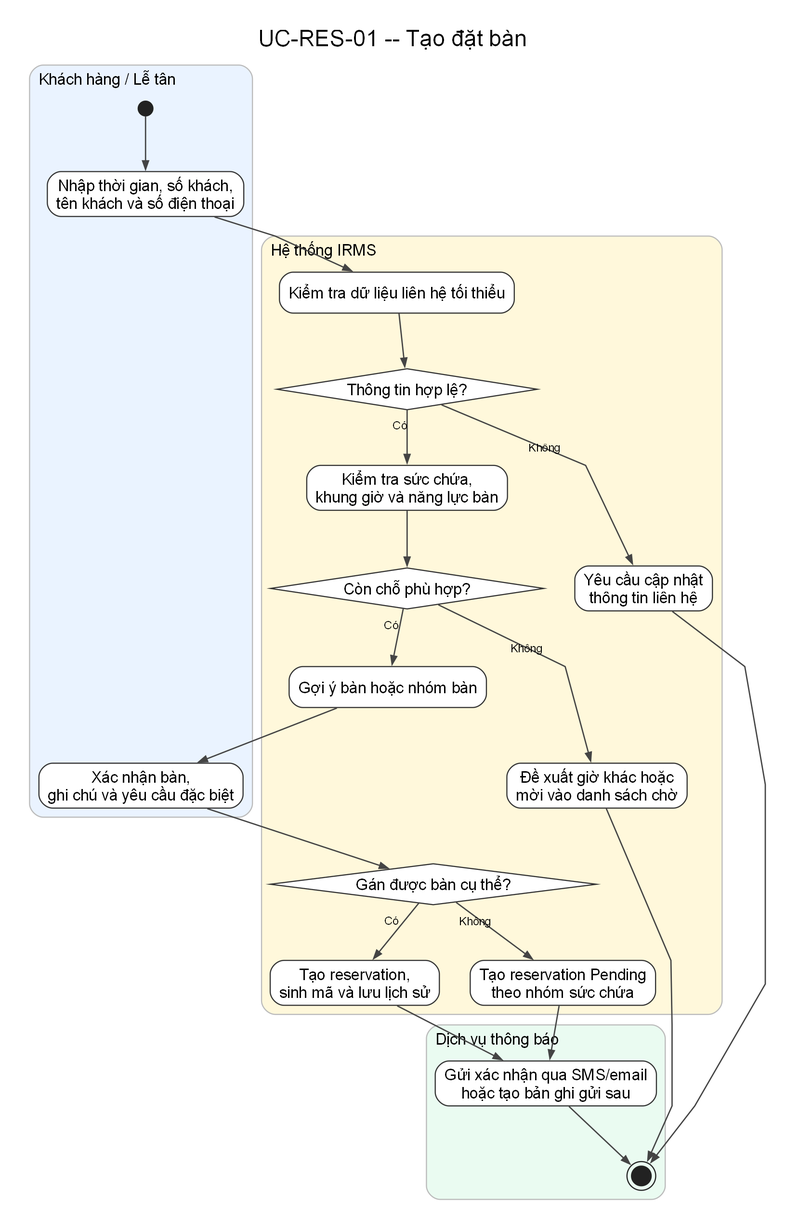
The Graphviz diagram assets/diagrams/rendered/activity/uc-res-01-create-reservation.png in lehoangluan1/SA_IRMS, before a commit. Its source is kept beside it as assets/diagrams/source/activity/uc-res-01-create-reservation.dot. Its diagram source:
```dot
digraph G {
  charset="UTF-8";
  graph [rankdir=TB, newrank=true, splines=polyline, nodesep=0.38, ranksep=0.68, pad=0.25, dpi=170, bgcolor="white", fontname="Arial"];
  node [fontname="Arial"];
  edge [fontname="Arial", fontsize=10, color="#444444", penwidth=1.15, arrowsize=0.75];
  labelloc="t"; labeljust="c"; fontsize=20; fontname="Arial"; label="UC-RES-01 -- Tạo đặt bàn";

  subgraph cluster_l1 {
    style="rounded,filled"; fillcolor="#EAF3FF"; color="#BBBBBB"; penwidth=1.0;
    label="Khách hàng / Lễ tân"; fontsize=14; labelloc="t"; labeljust="l";
    n0 [shape=circle, label="", width=0.18, height=0.18, fixedsize=true, style=filled, fillcolor="#222222", color="#222222"];
    n1 [label="Nhập thời gian, số khách,\ntên khách và số điện thoại", shape=rect, style="rounded,filled", fillcolor="white", color="#333333"];
    n7 [label="Xác nhận bàn,\nghi chú và yêu cầu đặc biệt", shape=rect, style="rounded,filled", fillcolor="white", color="#333333"];
  }

  subgraph cluster_l2 {
    style="rounded,filled"; fillcolor="#FFF8DB"; color="#BBBBBB"; penwidth=1.0;
    label="Hệ thống IRMS"; fontsize=14; labelloc="t"; labeljust="l";
    n2 [label="Kiểm tra dữ liệu liên hệ tối thiểu", shape=rect, style="rounded,filled", fillcolor="white", color="#333333"];
    n3 [label="Thông tin hợp lệ?", shape=diamond, style="filled", fillcolor="white", color="#333333"];
    n4 [label="Kiểm tra sức chứa,\nkhung giờ và năng lực bàn", shape=rect, style="rounded,filled", fillcolor="white", color="#333333"];
    n5 [label="Còn chỗ phù hợp?", shape=diamond, style="filled", fillcolor="white", color="#333333"];
    n6 [label="Gợi ý bàn hoặc nhóm bàn", shape=rect, style="rounded,filled", fillcolor="white", color="#333333"];
    n8 [label="Gán được bàn cụ thể?", shape=diamond, style="filled", fillcolor="white", color="#333333"];
    n9 [label="Tạo reservation,\nsinh mã và lưu lịch sử", shape=rect, style="rounded,filled", fillcolor="white", color="#333333"];
    n10 [label="Tạo reservation Pending\ntheo nhóm sức chứa", shape=rect, style="rounded,filled", fillcolor="white", color="#333333"];
    n11 [label="Yêu cầu cập nhật\nthông tin liên hệ", shape=rect, style="rounded,filled", fillcolor="white", color="#333333"];
    n12 [label="Đề xuất giờ khác hoặc\nmời vào danh sách chờ", shape=rect, style="rounded,filled", fillcolor="white", color="#333333"];
  }

  subgraph cluster_l3 {
    style="rounded,filled"; fillcolor="#EAFBF1"; color="#BBBBBB"; penwidth=1.0;
    label="Dịch vụ thông báo"; fontsize=14; labelloc="t"; labeljust="l";
    n13 [label="Gửi xác nhận qua SMS/email\nhoặc tạo bản ghi gửi sau", shape=rect, style="rounded,filled", fillcolor="white", color="#333333"];
    n14 [shape=doublecircle, label="", width=0.24, height=0.24, fixedsize=true, style=filled, fillcolor="#222222", color="#222222"];
  }

  n0 -> n1;
  n1 -> n2;
  n2 -> n3;
  n3 -> n4 [xlabel="Có"];
  n3 -> n11 [xlabel="Không"];
  n4 -> n5;
  n5 -> n6 [xlabel="Có"];
  n5 -> n12 [xlabel="Không"];
  n6 -> n7;
  n7 -> n8;
  n8 -> n9 [xlabel="Có"];
  n8 -> n10 [xlabel="Không"];
  n9 -> n13;
  n10 -> n13;
  n11 -> n14;
  n12 -> n14;
  n13 -> n14;
}
```
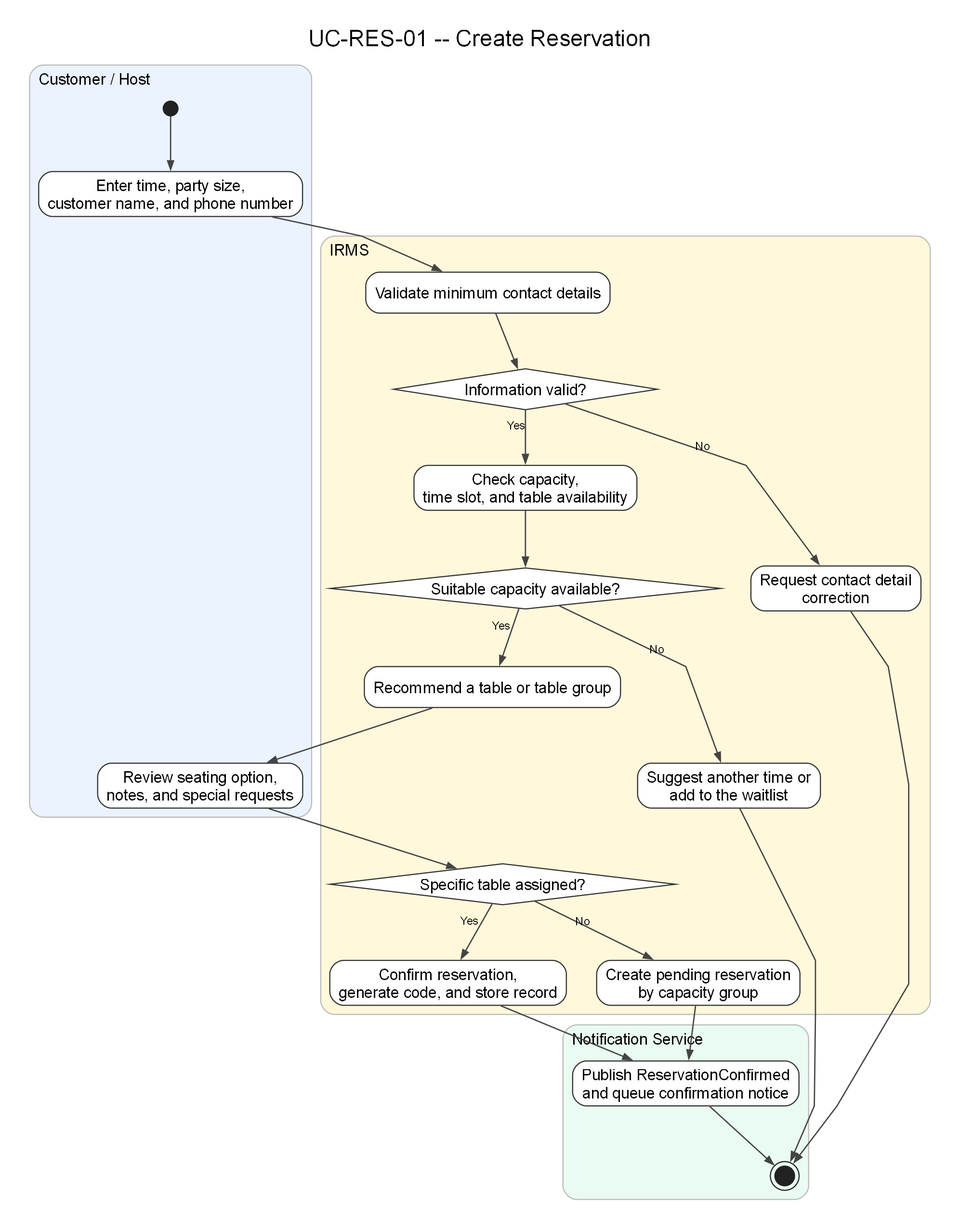
After the commit.

Diff of the diagram source:
```diff
@@ -3,50 +3,50 @@
   graph [rankdir=TB, newrank=true, splines=polyline, nodesep=0.38, ranksep=0.68, pad=0.25, dpi=170, bgcolor="white", fontname="Arial"];
   node [fontname="Arial"];
   edge [fontname="Arial", fontsize=10, color="#444444", penwidth=1.15, arrowsize=0.75];
-  labelloc="t"; labeljust="c"; fontsize=20; fontname="Arial"; label="UC-RES-01 -- Tạo đặt bàn";
+  labelloc="t"; labeljust="c"; fontsize=20; fontname="Arial"; label="UC-RES-01 -- Create Reservation";
 
   subgraph cluster_l1 {
     style="rounded,filled"; fillcolor="#EAF3FF"; color="#BBBBBB"; penwidth=1.0;
-    label="Khách hàng / Lễ tân"; fontsize=14; labelloc="t"; labeljust="l";
+    label="Customer / Host"; fontsize=14; labelloc="t"; labeljust="l";
     n0 [shape=circle, label="", width=0.18, height=0.18, fixedsize=true, style=filled, fillcolor="#222222", color="#222222"];
-    n1 [label="Nhập thời gian, số khách,\ntên khách và số điện thoại", shape=rect, style="rounded,filled", fillcolor="white", color="#333333"];
-    n7 [label="Xác nhận bàn,\nghi chú và yêu cầu đặc biệt", shape=rect, style="rounded,filled", fillcolor="white", color="#333333"];
+    n1 [label="Enter time, party size,\ncustomer name, and phone number", shape=rect, style="rounded,filled", fillcolor="white", color="#333333"];
+    n7 [label="Review seating option,\nnotes, and special requests", shape=rect, style="rounded,filled", fillcolor="white", color="#333333"];
   }
 
   subgraph cluster_l2 {
     style="rounded,filled"; fillcolor="#FFF8DB"; color="#BBBBBB"; penwidth=1.0;
-    label="Hệ thống IRMS"; fontsize=14; labelloc="t"; labeljust="l";
-    n2 [label="Kiểm tra dữ liệu liên hệ tối thiểu", shape=rect, style="rounded,filled", fillcolor="white", color="#333333"];
-    n3 [label="Thông tin hợp lệ?", shape=diamond, style="filled", fillcolor="white", color="#333333"];
-    n4 [label="Kiểm tra sức chứa,\nkhung giờ và năng lực bàn", shape=rect, style="rounded,filled", fillcolor="white", color="#333333"];
-    n5 [label="Còn chỗ phù hợp?", shape=diamond, style="filled", fillcolor="white", color="#333333"];
-    n6 [label="Gợi ý bàn hoặc nhóm bàn", shape=rect, style="rounded,filled", fillcolor="white", color="#333333"];
-    n8 [label="Gán được bàn cụ thể?", shape=diamond, style="filled", fillcolor="white", color="#333333"];
-    n9 [label="Tạo reservation,\nsinh mã và lưu lịch sử", shape=rect, style="rounded,filled", fillcolor="white", color="#333333"];
-    n10 [label="Tạo reservation Pending\ntheo nhóm sức chứa", shape=rect, style="rounded,filled", fillcolor="white", color="#333333"];
-    n11 [label="Yêu cầu cập nhật\nthông tin liên hệ", shape=rect, style="rounded,filled", fillcolor="white", color="#333333"];
-    n12 [label="Đề xuất giờ khác hoặc\nmời vào danh sách chờ", shape=rect, style="rounded,filled", fillcolor="white", color="#333333"];
+    label="IRMS"; fontsize=14; labelloc="t"; labeljust="l";
+    n2 [label="Validate minimum contact details", shape=rect, style="rounded,filled", fillcolor="white", color="#333333"];
+    n3 [label="Information valid?", shape=diamond, style="filled", fillcolor="white", color="#333333"];
+    n4 [label="Check capacity,\ntime slot, and table availability", shape=rect, style="rounded,filled", fillcolor="white", color="#333333"];
+    n5 [label="Suitable capacity available?", shape=diamond, style="filled", fillcolor="white", color="#333333"];
+    n6 [label="Recommend a table or table group", shape=rect, style="rounded,filled", fillcolor="white", color="#333333"];
+    n8 [label="Specific table assigned?", shape=diamond, style="filled", fillcolor="white", color="#333333"];
+    n9 [label="Confirm reservation,\ngenerate code, and store record", shape=rect, style="rounded,filled", fillcolor="white", color="#333333"];
+    n10 [label="Create pending reservation\nby capacity group", shape=rect, style="rounded,filled", fillcolor="white", color="#333333"];
+    n11 [label="Request contact detail\ncorrection", shape=rect, style="rounded,filled", fillcolor="white", color="#333333"];
+    n12 [label="Suggest another time or\nadd to the waitlist", shape=rect, style="rounded,filled", fillcolor="white", color="#333333"];
   }
 
   subgraph cluster_l3 {
     style="rounded,filled"; fillcolor="#EAFBF1"; color="#BBBBBB"; penwidth=1.0;
-    label="Dịch vụ thông báo"; fontsize=14; labelloc="t"; labeljust="l";
-    n13 [label="Gửi xác nhận qua SMS/email\nhoặc tạo bản ghi gửi sau", shape=rect, style="rounded,filled", fillcolor="white", color="#333333"];
+    label="Notification Service"; fontsize=14; labelloc="t"; labeljust="l";
+    n13 [label="Publish ReservationConfirmed\nand queue confirmation notice", shape=rect, style="rounded,filled", fillcolor="white", color="#333333"];
     n14 [shape=doublecircle, label="", width=0.24, height=0.24, fixedsize=true, style=filled, fillcolor="#222222", color="#222222"];
   }
 
   n0 -> n1;
   n1 -> n2;
   n2 -> n3;
-  n3 -> n4 [xlabel="Có"];
-  n3 -> n11 [xlabel="Không"];
+  n3 -> n4 [xlabel="Yes"];
+  n3 -> n11 [xlabel="No"];
   n4 -> n5;
-  n5 -> n6 [xlabel="Có"];
-  n5 -> n12 [xlabel="Không"];
+  n5 -> n6 [xlabel="Yes"];
+  n5 -> n12 [xlabel="No"];
   n6 -> n7;
   n7 -> n8;
-  n8 -> n9 [xlabel="Có"];
-  n8 -> n10 [xlabel="Không"];
+  n8 -> n9 [xlabel="Yes"];
+  n8 -> n10 [xlabel="No"];
   n9 -> n13;
   n10 -> n13;
   n11 -> n14;
```
